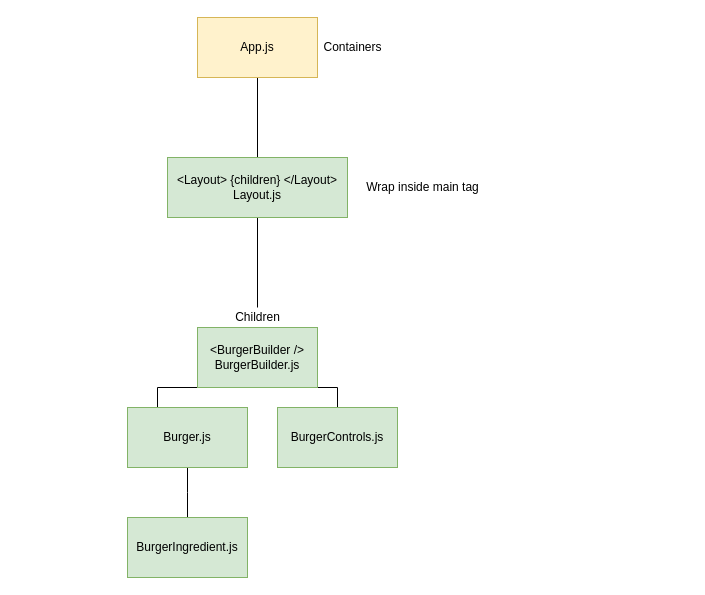
Above: diagram/burger.drawio in wahyualfarisi/Burger-builder (draw.io), before the change. Source tidied: cells renumbered, new cells numbered last; positions are measured from the earlier drawing's top-left corner, leaving out a move shared by most shapes. Both pictures are drawn from the tidied source at 100%, with x=0, y=0 at pixel (127, 17).
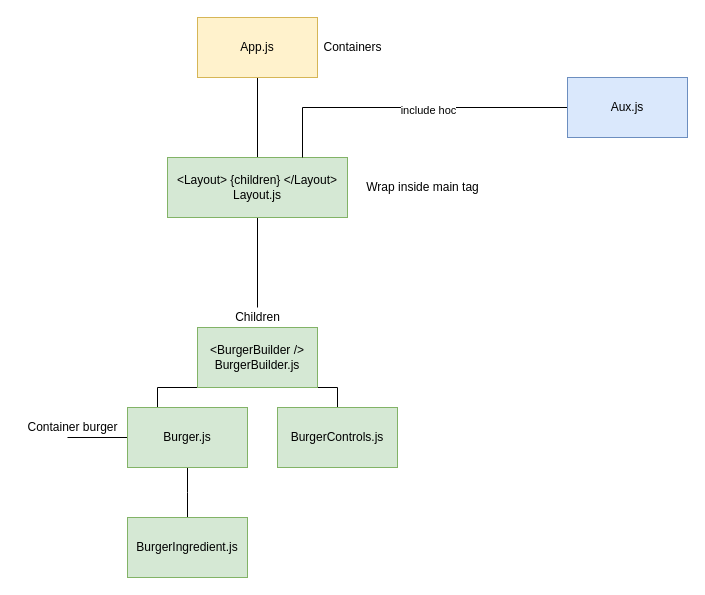
The same diagram, later.

The change refers to these unchanged cells:
```xml
<mxCell id="5" value="&amp;lt;Layout&amp;gt; {children} &amp;lt;/Layout&amp;gt;&lt;br&gt;Layout.js" style="rounded=0;whiteSpace=wrap;html=1;fillColor=#d5e8d4;strokeColor=#82b366;" parent="1" vertex="1">
  <mxGeometry x="40" y="140" width="180" height="60" as="geometry" />
</mxCell>
<mxCell id="11" value="Burger.js" style="rounded=0;whiteSpace=wrap;html=1;fillColor=#d5e8d4;strokeColor=#82b366;" parent="1" vertex="1">
  <mxGeometry y="390" width="120" height="60" as="geometry" />
</mxCell>
```

Diff of the diagram source:
```diff
@@
+    <mxCell id="16" style="edgeStyle=orthogonalEdgeStyle;rounded=0;jettySize=auto;html=1;endArrow=none;endFill=0;" parent="1" edge="1" source="11">
+      <mxGeometry relative="1" as="geometry">
+        <mxPoint x="-60" y="420" as="targetPoint" />
+      </mxGeometry>
+    </mxCell>
@@
+    <mxCell id="17" value="Container burger" style="text;html=1;align=center;verticalAlign=middle;" parent="1" vertex="1">
+      <mxGeometry x="-110" y="400" width="110" height="20" as="geometry" />
+    </mxCell>
+    <mxCell id="18" style="edgeStyle=orthogonalEdgeStyle;rounded=0;jettySize=auto;html=1;entryX=0.75;entryY=0;entryDx=0;entryDy=0;endArrow=none;endFill=0;" parent="1" edge="1" source="20" target="5">
+      <mxGeometry relative="1" as="geometry" />
+    </mxCell>
+    <mxCell id="19" value="include hoc" style="edgeLabel;html=1;align=center;verticalAlign=middle;" parent="18" vertex="1">
+      <mxGeometry x="-0.11" y="2" relative="1" as="geometry" />
+    </mxCell>
+    <mxCell id="20" value="Aux.js" style="rounded=0;whiteSpace=wrap;html=1;fillColor=#dae8fc;strokeColor=#6c8ebf;" parent="1" vertex="1">
+      <mxGeometry x="440" y="60" width="120" height="60" as="geometry" />
+    </mxCell>
```
